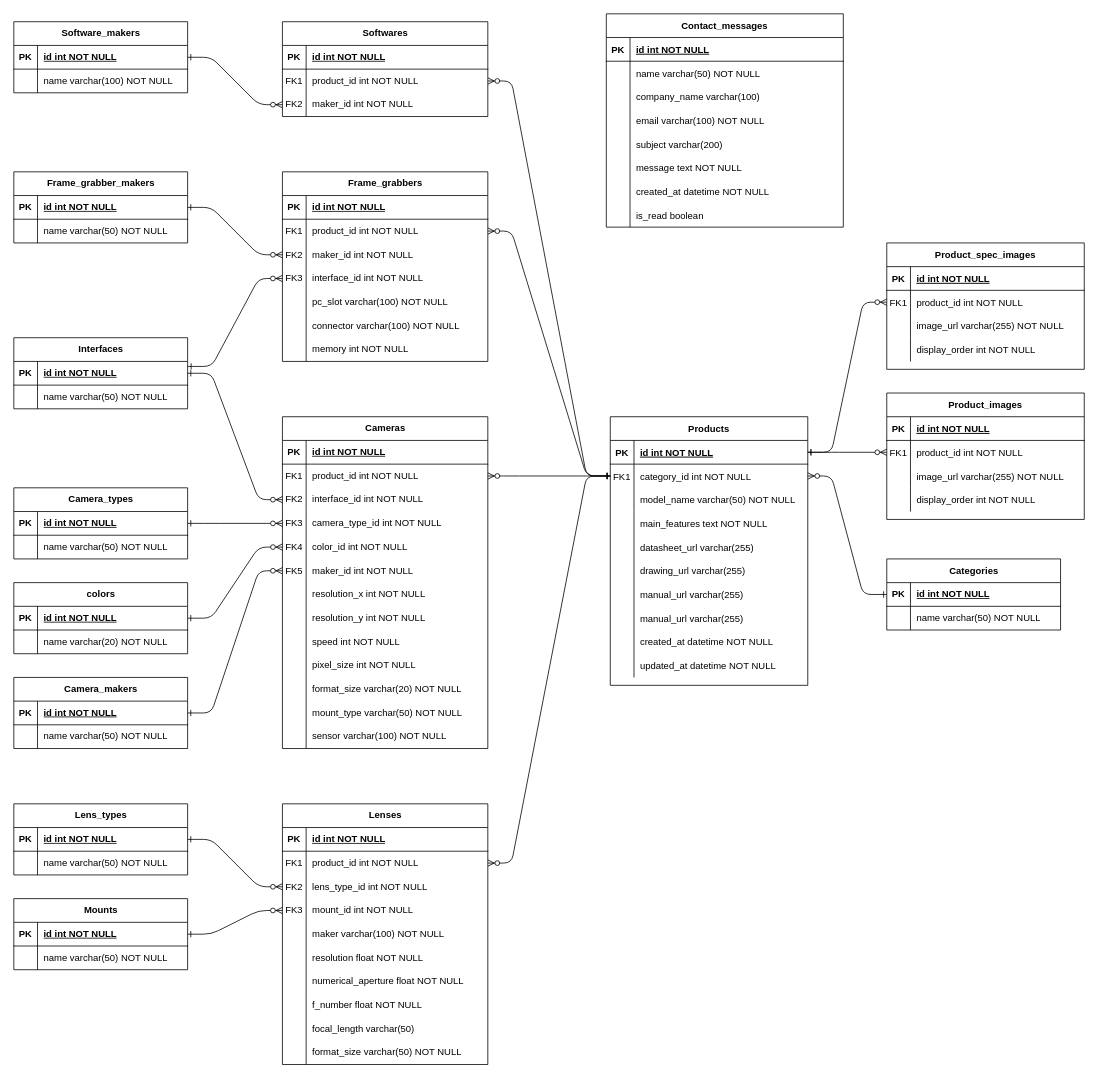
Above: er-diagram.drawio in hyeonjun-L/humming-vision (draw.io), before the change. Source tidied: cells renumbered, new cells numbered last; positions are measured from the earlier drawing's top-left corner, leaving out a move shared by most shapes. Both pictures are drawn from the tidied source at 79%, with x=0, y=0 at pixel (13, 13).
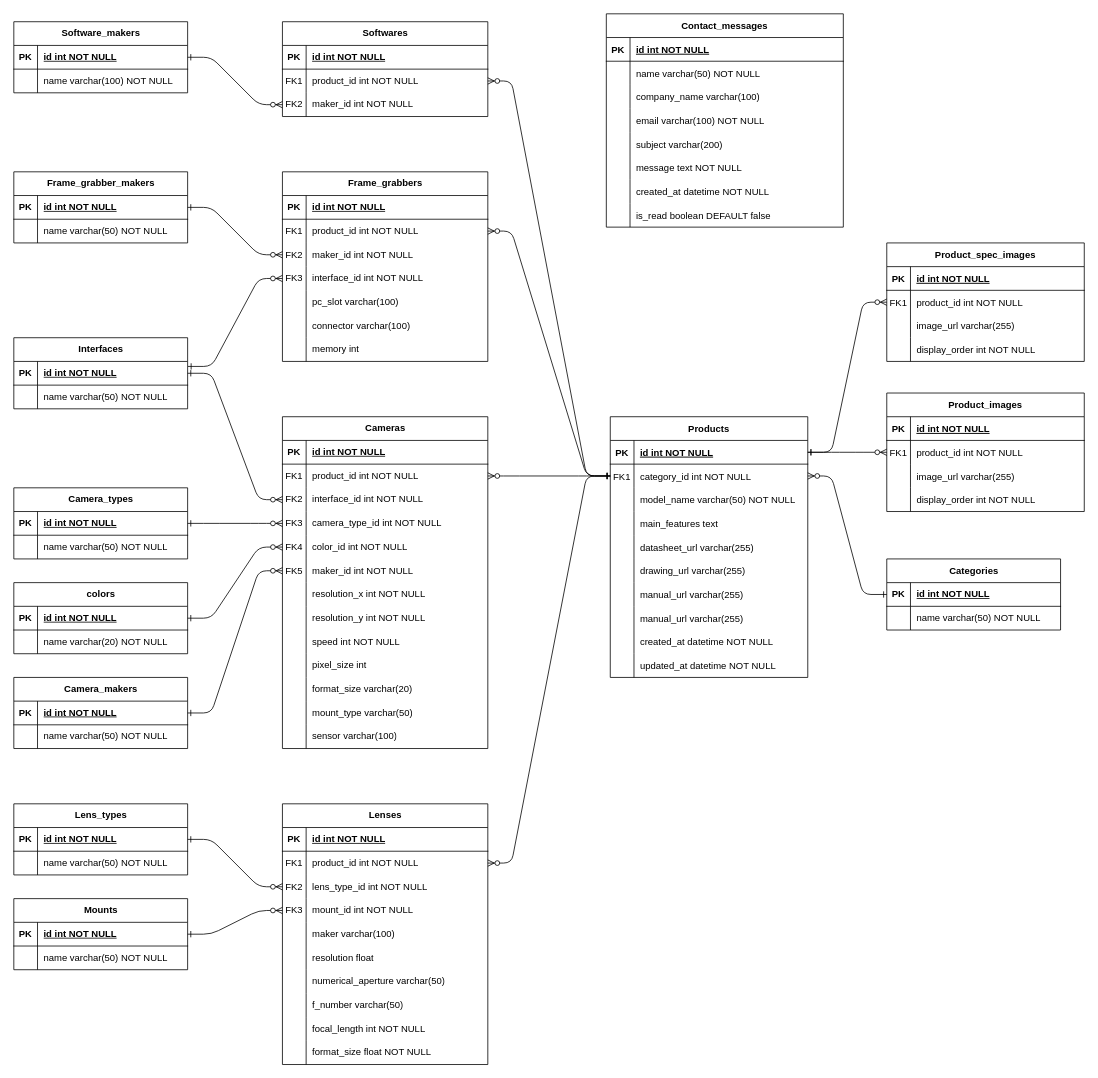
After the change.

Unchanged cells that the change refers to:
```xml
<mxCell id="11" style="shape=partialRectangle;fillColor=none;top=0;left=0;right=0;bottom=0;" parent="4" vertex="1">
  <mxGeometry y="90" width="250" height="30" as="geometry" />
</mxCell>
<mxCell id="27" style="shape=partialRectangle;fillColor=none;top=0;left=0;right=0;bottom=0;" parent="17" vertex="1">
  <mxGeometry y="120" width="250" height="30" as="geometry" />
</mxCell>
<mxCell id="55" style="shape=partialRectangle;fillColor=none;top=0;left=0;right=0;bottom=0;" parent="48" vertex="1">
  <mxGeometry y="90" width="250" height="30" as="geometry" />
</mxCell>
<mxCell id="97" style="shape=tableRow;horizontal=0;startSize=0;swimlaneHead=0;swimlaneBody=0;fillColor=none;top=0;left=0;right=0;bottom=0;" parent="69" vertex="1">
  <mxGeometry y="300" width="260" height="30" as="geometry" />
</mxCell>
<mxCell id="100" style="shape=tableRow;horizontal=0;startSize=0;swimlaneHead=0;swimlaneBody=0;fillColor=none;top=0;left=0;right=0;bottom=0;" parent="69" vertex="1">
  <mxGeometry y="330" width="260" height="30" as="geometry" />
</mxCell>
<mxCell id="103" style="shape=tableRow;horizontal=0;startSize=0;swimlaneHead=0;swimlaneBody=0;fillColor=none;top=0;left=0;right=0;bottom=0;" parent="69" vertex="1">
  <mxGeometry y="360" width="260" height="30" as="geometry" />
</mxCell>
<mxCell id="106" style="shape=tableRow;horizontal=0;startSize=0;swimlaneHead=0;swimlaneBody=0;fillColor=none;top=0;left=0;right=0;bottom=0;" parent="69" vertex="1">
  <mxGeometry y="390" width="260" height="30" as="geometry" />
</mxCell>
<mxCell id="155" style="shape=tableRow;horizontal=0;startSize=0;swimlaneHead=0;swimlaneBody=0;fillColor=none;top=0;left=0;right=0;bottom=0;" parent="142" vertex="1">
  <mxGeometry y="150" width="260" height="30" as="geometry" />
</mxCell>
<mxCell id="158" style="shape=tableRow;horizontal=0;startSize=0;swimlaneHead=0;swimlaneBody=0;fillColor=none;top=0;left=0;right=0;bottom=0;" parent="142" vertex="1">
  <mxGeometry y="180" width="260" height="30" as="geometry" />
</mxCell>
<mxCell id="161" style="shape=tableRow;horizontal=0;startSize=0;swimlaneHead=0;swimlaneBody=0;fillColor=none;top=0;left=0;right=0;bottom=0;" parent="142" vertex="1">
  <mxGeometry y="210" width="260" height="30" as="geometry" />
</mxCell>
<mxCell id="164" style="shape=tableRow;horizontal=0;startSize=0;swimlaneHead=0;swimlaneBody=0;fillColor=none;top=0;left=0;right=0;bottom=0;" parent="142" vertex="1">
  <mxGeometry y="240" width="260" height="30" as="geometry" />
</mxCell>
<mxCell id="167" style="shape=tableRow;horizontal=0;startSize=0;swimlaneHead=0;swimlaneBody=0;fillColor=none;top=0;left=0;right=0;bottom=0;" parent="142" vertex="1">
  <mxGeometry y="270" width="260" height="30" as="geometry" />
</mxCell>
<mxCell id="170" style="shape=tableRow;horizontal=0;startSize=0;swimlaneHead=0;swimlaneBody=0;fillColor=none;top=0;left=0;right=0;bottom=0;" parent="142" vertex="1">
  <mxGeometry y="300" width="260" height="30" as="geometry" />
</mxCell>
<mxCell id="203" style="shape=tableRow;horizontal=0;startSize=0;swimlaneHead=0;swimlaneBody=0;fillColor=none;top=0;left=0;right=0;bottom=0;" parent="190" vertex="1">
  <mxGeometry y="150" width="260" height="30" as="geometry" />
</mxCell>
<mxCell id="206" style="shape=tableRow;horizontal=0;startSize=0;swimlaneHead=0;swimlaneBody=0;fillColor=none;top=0;left=0;right=0;bottom=0;" parent="190" vertex="1">
  <mxGeometry y="180" width="260" height="30" as="geometry" />
</mxCell>
<mxCell id="209" style="shape=tableRow;horizontal=0;startSize=0;swimlaneHead=0;swimlaneBody=0;fillColor=none;top=0;left=0;right=0;bottom=0;" parent="190" vertex="1">
  <mxGeometry y="210" width="260" height="30" as="geometry" />
</mxCell>
<mxCell id="263" style="shape=partialRectangle;fillColor=none;top=0;left=0;right=0;bottom=0;" parent="241" vertex="1">
  <mxGeometry y="240" width="300" height="30" as="geometry" />
</mxCell>
```

What changed in the source:
```diff
@@
     <mxCell id="4" value="Product_images" style="shape=table;startSize=30;childLayout=tableLayout;rowLines=0;fontStyle=1;align=center;" parent="1" vertex="1">
-      <mxGeometry x="1105" y="480" width="250" height="160" as="geometry" />
+      <mxGeometry x="1105" y="480" width="250" height="150" as="geometry" />
     </mxCell>
@@
-    <mxCell id="13" value="image_url varchar(255) NOT NULL" style="shape=partialRectangle;overflow=hidden;fillColor=none;top=0;left=0;bottom=0;right=0;align=left;spacingLeft=6;" parent="11" vertex="1">
+    <mxCell id="13" value="image_url varchar(255)" style="shape=partialRectangle;overflow=hidden;fillColor=none;top=0;left=0;bottom=0;right=0;align=left;spacingLeft=6;" parent="11" vertex="1">
       <mxGeometry x="30" width="220" height="30" as="geometry" />
     </mxCell>
@@
     <mxCell id="17" value="Products" style="shape=table;startSize=30;childLayout=tableLayout;rowLines=0;fontStyle=1;align=center;" parent="1" vertex="1">
-      <mxGeometry x="755" y="510" width="250" height="340" as="geometry" />
+      <mxGeometry x="755" y="510" width="250" height="330" as="geometry" />
     </mxCell>
@@
-    <mxCell id="29" value="main_features text NOT NULL" style="shape=partialRectangle;overflow=hidden;fillColor=none;top=0;left=0;bottom=0;right=0;align=left;spacingLeft=6;" parent="27" vertex="1">
+    <mxCell id="29" value="main_features text" style="shape=partialRectangle;overflow=hidden;fillColor=none;top=0;left=0;bottom=0;right=0;align=left;spacingLeft=6;" parent="27" vertex="1">
       <mxGeometry x="30" width="220" height="30" as="geometry" />
     </mxCell>
@@
     <mxCell id="48" value="Product_spec_images" style="shape=table;startSize=30;childLayout=tableLayout;rowLines=0;fontStyle=1;align=center;" parent="1" vertex="1">
-      <mxGeometry x="1105" y="290" width="250" height="160" as="geometry" />
+      <mxGeometry x="1105" y="290" width="250" height="150" as="geometry" />
     </mxCell>
@@
-    <mxCell id="57" value="image_url varchar(255) NOT NULL" style="shape=partialRectangle;overflow=hidden;fillColor=none;top=0;left=0;bottom=0;right=0;align=left;spacingLeft=6;" parent="55" vertex="1">
+    <mxCell id="57" value="image_url varchar(255)" style="shape=partialRectangle;overflow=hidden;fillColor=none;top=0;left=0;bottom=0;right=0;align=left;spacingLeft=6;" parent="55" vertex="1">
       <mxGeometry x="30" width="220" height="30" as="geometry" />
     </mxCell>
@@
-    <mxCell id="99" value="pixel_size int NOT NULL" style="shape=partialRectangle;fillColor=none;top=0;left=0;bottom=0;right=0;align=left;spacingLeft=6;overflow=hidden;whiteSpace=wrap;html=1;" parent="97" vertex="1">
+    <mxCell id="99" value="pixel_size int" style="shape=partialRectangle;fillColor=none;top=0;left=0;bottom=0;right=0;align=left;spacingLeft=6;overflow=hidden;whiteSpace=wrap;html=1;" parent="97" vertex="1">
       <mxGeometry x="30" width="230" height="30" as="geometry" />
     </mxCell>
@@
-    <mxCell id="102" value="format_size varchar(20) NOT NULL" style="shape=partialRectangle;fillColor=none;top=0;left=0;bottom=0;right=0;align=left;spacingLeft=6;overflow=hidden;whiteSpace=wrap;html=1;" parent="100" vertex="1">
+    <mxCell id="102" value="format_size varchar(20)" style="shape=partialRectangle;fillColor=none;top=0;left=0;bottom=0;right=0;align=left;spacingLeft=6;overflow=hidden;whiteSpace=wrap;html=1;" parent="100" vertex="1">
       <mxGeometry x="30" width="230" height="30" as="geometry" />
     </mxCell>
@@
-    <mxCell id="105" value="mount_type varchar(50) NOT NULL" style="shape=partialRectangle;fillColor=none;top=0;left=0;bottom=0;right=0;align=left;spacingLeft=6;overflow=hidden;whiteSpace=wrap;html=1;" parent="103" vertex="1">
+    <mxCell id="105" value="mount_type varchar(50)" style="shape=partialRectangle;fillColor=none;top=0;left=0;bottom=0;right=0;align=left;spacingLeft=6;overflow=hidden;whiteSpace=wrap;html=1;" parent="103" vertex="1">
       <mxGeometry x="30" width="230" height="30" as="geometry" />
     </mxCell>
@@
-    <mxCell id="108" value="sensor varchar(100) NOT NULL" style="shape=partialRectangle;fillColor=none;top=0;left=0;bottom=0;right=0;align=left;spacingLeft=6;overflow=hidden;whiteSpace=wrap;html=1;" parent="106" vertex="1">
+    <mxCell id="108" value="sensor varchar(100)" style="shape=partialRectangle;fillColor=none;top=0;left=0;bottom=0;right=0;align=left;spacingLeft=6;overflow=hidden;whiteSpace=wrap;html=1;" parent="106" vertex="1">
       <mxGeometry x="30" width="230" height="30" as="geometry" />
     </mxCell>
@@
-    <mxCell id="157" value="maker varchar(100) NOT NULL" style="shape=partialRectangle;fillColor=none;top=0;left=0;bottom=0;right=0;align=left;spacingLeft=6;overflow=hidden;whiteSpace=wrap;html=1;" parent="155" vertex="1">
+    <mxCell id="157" value="maker varchar(100)" style="shape=partialRectangle;fillColor=none;top=0;left=0;bottom=0;right=0;align=left;spacingLeft=6;overflow=hidden;whiteSpace=wrap;html=1;" parent="155" vertex="1">
       <mxGeometry x="30" width="230" height="30" as="geometry" />
     </mxCell>
@@
-    <mxCell id="160" value="resolution float NOT NULL" style="shape=partialRectangle;fillColor=none;top=0;left=0;bottom=0;right=0;align=left;spacingLeft=6;overflow=hidden;whiteSpace=wrap;html=1;" parent="158" vertex="1">
+    <mxCell id="160" value="resolution float" style="shape=partialRectangle;fillColor=none;top=0;left=0;bottom=0;right=0;align=left;spacingLeft=6;overflow=hidden;whiteSpace=wrap;html=1;" parent="158" vertex="1">
       <mxGeometry x="30" width="230" height="30" as="geometry" />
     </mxCell>
@@
-    <mxCell id="163" value="&lt;span style=&quot;background-color: transparent; color: light-dark(rgb(0, 0, 0), rgb(255, 255, 255));&quot;&gt;numerical_aperture&lt;/span&gt;&amp;nbsp;float&amp;nbsp;NOT NULL" style="shape=partialRectangle;fillColor=none;top=0;left=0;bottom=0;right=0;align=left;spacingLeft=6;overflow=hidden;whiteSpace=wrap;html=1;" parent="161" vertex="1">
+    <mxCell id="163" value="&lt;span style=&quot;background-color: transparent; color: light-dark(rgb(0, 0, 0), rgb(255, 255, 255));&quot;&gt;numerical_aperture&lt;/span&gt;&amp;nbsp;varchar(50)" style="shape=partialRectangle;fillColor=none;top=0;left=0;bottom=0;right=0;align=left;spacingLeft=6;overflow=hidden;whiteSpace=wrap;html=1;" parent="161" vertex="1">
       <mxGeometry x="30" width="230" height="30" as="geometry" />
     </mxCell>
@@
-    <mxCell id="166" value="&lt;span style=&quot;background-color: transparent; color: light-dark(rgb(0, 0, 0), rgb(255, 255, 255));&quot;&gt;f_number&lt;/span&gt;&amp;nbsp;&lt;span style=&quot;background-color: transparent; color: light-dark(rgb(0, 0, 0), rgb(255, 255, 255));&quot;&gt;float&lt;/span&gt;&lt;span style=&quot;background-color: transparent; color: light-dark(rgb(0, 0, 0), rgb(255, 255, 255));&quot;&gt;&amp;nbsp;NOT NULL&lt;/span&gt;" style="shape=partialRectangle;fillColor=none;top=0;left=0;bottom=0;right=0;align=left;spacingLeft=6;overflow=hidden;whiteSpace=wrap;html=1;" parent="164" vertex="1">
+    <mxCell id="166" value="&lt;span style=&quot;background-color: transparent; color: light-dark(rgb(0, 0, 0), rgb(255, 255, 255));&quot;&gt;f_number&lt;/span&gt;&amp;nbsp;varchar(50)" style="shape=partialRectangle;fillColor=none;top=0;left=0;bottom=0;right=0;align=left;spacingLeft=6;overflow=hidden;whiteSpace=wrap;html=1;" parent="164" vertex="1">
       <mxGeometry x="30" width="230" height="30" as="geometry" />
     </mxCell>
@@
-    <mxCell id="169" value="&lt;span style=&quot;background-color: transparent; color: light-dark(rgb(0, 0, 0), rgb(255, 255, 255));&quot;&gt;focal_length&lt;/span&gt;&lt;span style=&quot;background-color: transparent; color: light-dark(rgb(0, 0, 0), rgb(255, 255, 255));&quot;&gt;&amp;nbsp;varchar(50)&lt;/span&gt;" style="shape=partialRectangle;fillColor=none;top=0;left=0;bottom=0;right=0;align=left;spacingLeft=6;overflow=hidden;whiteSpace=wrap;html=1;" parent="167" vertex="1">
+    <mxCell id="169" value="&lt;span style=&quot;background-color: transparent; color: light-dark(rgb(0, 0, 0), rgb(255, 255, 255));&quot;&gt;focal_length&lt;/span&gt;&lt;span style=&quot;background-color: transparent; color: light-dark(rgb(0, 0, 0), rgb(255, 255, 255));&quot;&gt;&amp;nbsp;int NOT NULL&lt;/span&gt;" style="shape=partialRectangle;fillColor=none;top=0;left=0;bottom=0;right=0;align=left;spacingLeft=6;overflow=hidden;whiteSpace=wrap;html=1;" parent="167" vertex="1">
       <mxGeometry x="30" width="230" height="30" as="geometry" />
     </mxCell>
@@
-    <mxCell id="172" value="format_size varchar(50) NOT NULL" style="shape=partialRectangle;fillColor=none;top=0;left=0;bottom=0;right=0;align=left;spacingLeft=6;overflow=hidden;whiteSpace=wrap;html=1;" parent="170" vertex="1">
+    <mxCell id="172" value="format_size float NOT NULL" style="shape=partialRectangle;fillColor=none;top=0;left=0;bottom=0;right=0;align=left;spacingLeft=6;overflow=hidden;whiteSpace=wrap;html=1;" parent="170" vertex="1">
       <mxGeometry x="30" width="230" height="30" as="geometry" />
     </mxCell>
@@
-    <mxCell id="205" value="pc_slot varchar(100) NOT NULL" style="shape=partialRectangle;fillColor=none;top=0;left=0;bottom=0;right=0;align=left;spacingLeft=6;overflow=hidden;whiteSpace=wrap;html=1;" parent="203" vertex="1">
+    <mxCell id="205" value="pc_slot varchar(100)" style="shape=partialRectangle;fillColor=none;top=0;left=0;bottom=0;right=0;align=left;spacingLeft=6;overflow=hidden;whiteSpace=wrap;html=1;" parent="203" vertex="1">
       <mxGeometry x="30" width="230" height="30" as="geometry" />
     </mxCell>
@@
-    <mxCell id="208" value="connector varchar(100) NOT NULL" style="shape=partialRectangle;fillColor=none;top=0;left=0;bottom=0;right=0;align=left;spacingLeft=6;overflow=hidden;whiteSpace=wrap;html=1;" parent="206" vertex="1">
+    <mxCell id="208" value="connector varchar(100)" style="shape=partialRectangle;fillColor=none;top=0;left=0;bottom=0;right=0;align=left;spacingLeft=6;overflow=hidden;whiteSpace=wrap;html=1;" parent="206" vertex="1">
       <mxGeometry x="30" width="230" height="30" as="geometry" />
     </mxCell>
@@
-    <mxCell id="211" value="memory int NOT NULL" style="shape=partialRectangle;fillColor=none;top=0;left=0;bottom=0;right=0;align=left;spacingLeft=6;overflow=hidden;whiteSpace=wrap;html=1;" parent="209" vertex="1">
+    <mxCell id="211" value="memory int&amp;nbsp;" style="shape=partialRectangle;fillColor=none;top=0;left=0;bottom=0;right=0;align=left;spacingLeft=6;overflow=hidden;whiteSpace=wrap;html=1;" parent="209" vertex="1">
       <mxGeometry x="30" width="230" height="30" as="geometry" />
     </mxCell>
@@
-    <mxCell id="265" value="is_read boolean" style="shape=partialRectangle;overflow=hidden;fillColor=none;top=0;left=0;bottom=0;right=0;align=left;spacingLeft=6;" parent="263" vertex="1">
+    <mxCell id="265" value="is_read boolean DEFAULT false" style="shape=partialRectangle;overflow=hidden;fillColor=none;top=0;left=0;bottom=0;right=0;align=left;spacingLeft=6;" parent="263" vertex="1">
       <mxGeometry x="30" width="270" height="30" as="geometry" />
     </mxCell>
```
